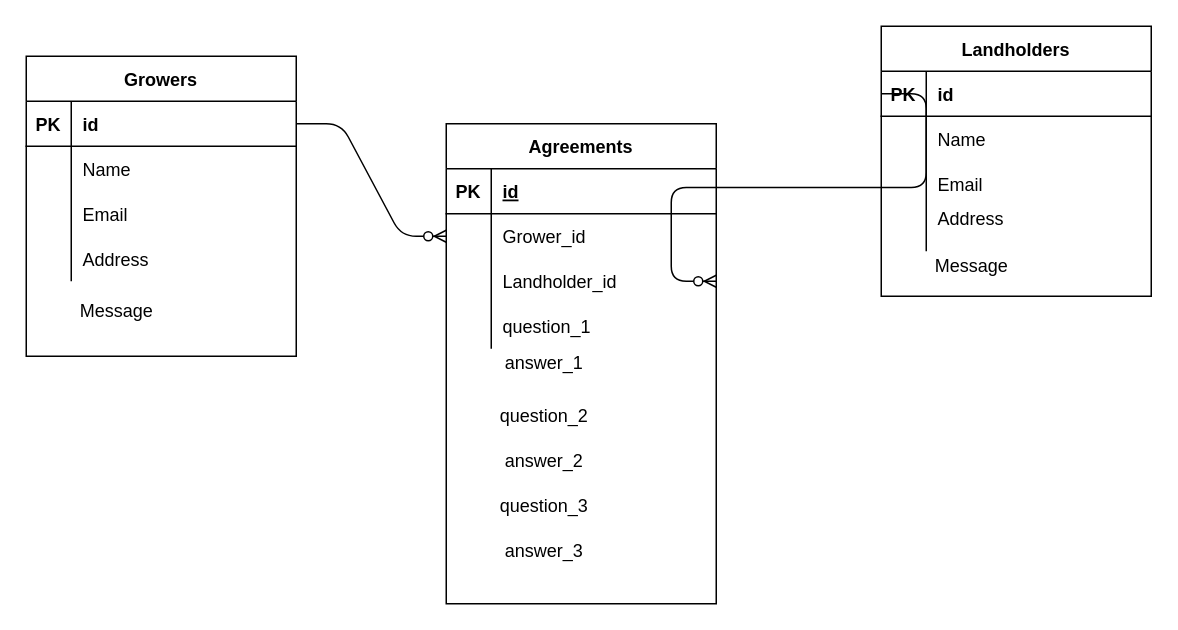
Earlier version of the draw.io diagram Untitled Diagram.drawio (Ramya-Geethika/Practice). Source tidied: cells renumbered, new cells numbered last; positions are measured from the earlier drawing's top-left corner, leaving out a move shared by most shapes. Both pictures are drawn from the tidied source at 150%, with x=0, y=0 at pixel (26, 26).
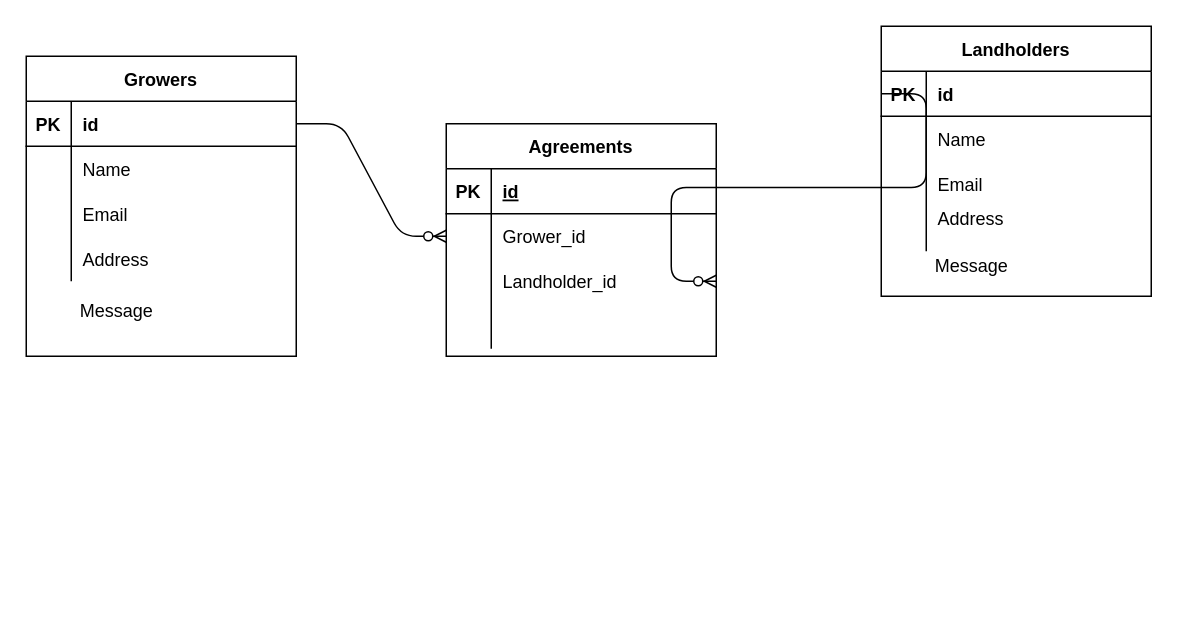
The same diagram, later.

The change refers to these unchanged cells:
```xml
<mxCell id="46" style="shape=partialRectangle;fillColor=none;top=0;left=0;bottom=0;right=0;" parent="36" vertex="1">
  <mxGeometry y="120" width="180" height="30" as="geometry" />
</mxCell>
```

Change to the diagram source:
```diff
@@
-    <mxCell id="30" value="answer_1" style="text;html=1;align=center;verticalAlign=middle;" parent="1" vertex="1">
-      <mxGeometry x="310" y="215" width="70" height="20" as="geometry" />
-    </mxCell>
-    <mxCell id="31" value="question_2" style="text;html=1;align=center;verticalAlign=middle;" parent="1" vertex="1">
-      <mxGeometry x="310" y="250" width="70" height="20" as="geometry" />
-    </mxCell>
-    <mxCell id="32" value="answer_2" style="text;html=1;align=center;verticalAlign=middle;" parent="1" vertex="1">
-      <mxGeometry x="310" y="280" width="70" height="20" as="geometry" />
-    </mxCell>
-    <mxCell id="33" value="question_3" style="text;html=1;align=center;verticalAlign=middle;" parent="1" vertex="1">
-      <mxGeometry x="310" y="310" width="70" height="20" as="geometry" />
-    </mxCell>
-    <mxCell id="34" value="answer_3" style="text;html=1;align=center;verticalAlign=middle;" parent="1" vertex="1">
-      <mxGeometry x="310" y="340" width="70" height="20" as="geometry" />
-    </mxCell>
@@
     <mxCell id="36" value="Agreements" style="shape=table;startSize=30;childLayout=tableLayout;rowLines=0;fontStyle=1;align=center;" parent="1" vertex="1">
-      <mxGeometry x="280" y="65" width="180" height="320" as="geometry" />
+      <mxGeometry x="280" y="65" width="180" height="155" as="geometry" />
     </mxCell>
@@
-    <mxCell id="48" value="question_1" style="shape=partialRectangle;fillColor=none;top=0;left=0;bottom=0;right=0;align=left;spacingLeft=6;overflow=hidden;" parent="46" vertex="1">
+    <mxCell id="48" style="shape=partialRectangle;fillColor=none;top=0;left=0;bottom=0;right=0;align=left;spacingLeft=6;overflow=hidden;" parent="46" vertex="1">
       <mxGeometry x="30" width="150" height="30" as="geometry" />
     </mxCell>
```
